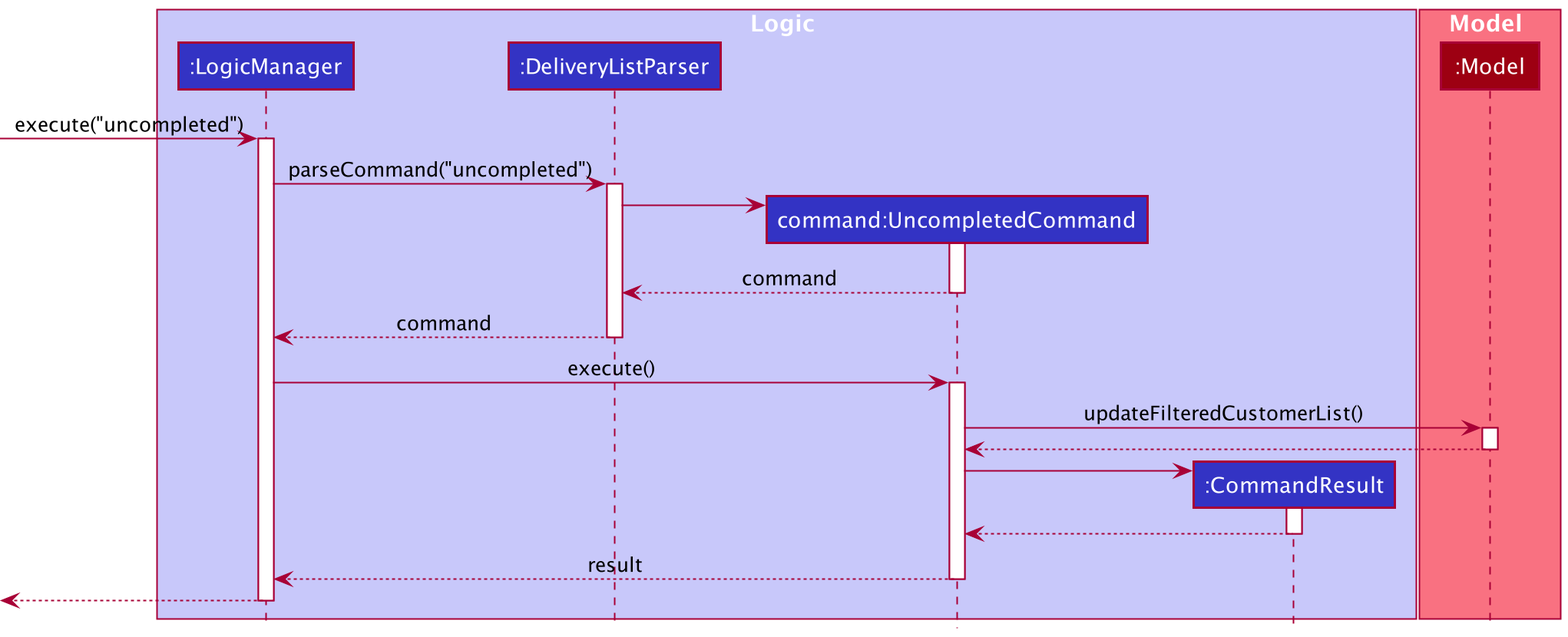
Before: docs/images/UncompletedCommandLogicSequenceDiagram.png, a diagram exported from PlantUML (nus-cs2103-AY2021S2/tp). The source it was exported from:
```plantuml
@startuml
!include style.puml

box Logic LOGIC_COLOR_T1
participant ":LogicManager" as LogicManager LOGIC_COLOR
participant ":DeliveryListParser" as DeliveryListParser LOGIC_COLOR
participant "command:UncompletedCommand" as UncompletedCommand LOGIC_COLOR
participant ":CommandResult" as CommandResult LOGIC_COLOR
end box

box Model MODEL_COLOR_T1
participant ":Model" as Model MODEL_COLOR
end box

[-> LogicManager : execute("uncompleted")
activate LogicManager

LogicManager -> DeliveryListParser : parseCommand("uncompleted")
activate DeliveryListParser

create UncompletedCommand
DeliveryListParser -> UncompletedCommand
activate UncompletedCommand

UncompletedCommand --> DeliveryListParser : command
deactivate UncompletedCommand

DeliveryListParser --> LogicManager : command
deactivate DeliveryListParser

LogicManager -> UncompletedCommand : execute()
activate UncompletedCommand

UncompletedCommand -> Model : updateFilteredCustomerList()
activate Model

Model --> UncompletedCommand
deactivate Model

create CommandResult
UncompletedCommand -> CommandResult
activate CommandResult

CommandResult --> UncompletedCommand
deactivate CommandResult

UncompletedCommand --> LogicManager : result
deactivate UncompletedCommand

[<--LogicManager
deactivate LogicManager
@enduml
```
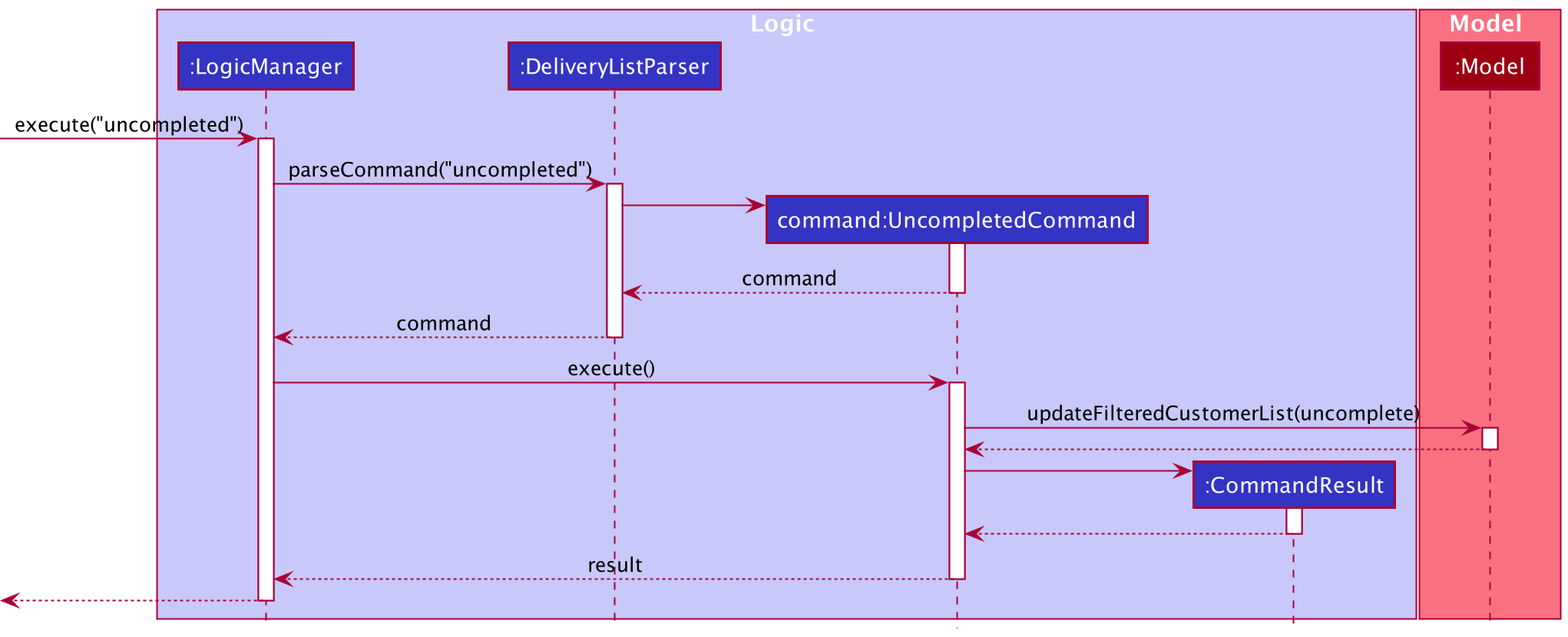
After the change.

The edit, as a diff of the source:
```diff
@@ -31,7 +31,7 @@
 LogicManager -> UncompletedCommand : execute()
 activate UncompletedCommand
 
-UncompletedCommand -> Model : updateFilteredCustomerList()
+UncompletedCommand -> Model : updateFilteredCustomerList(uncomplete)
 activate Model
 
 Model --> UncompletedCommand
```
